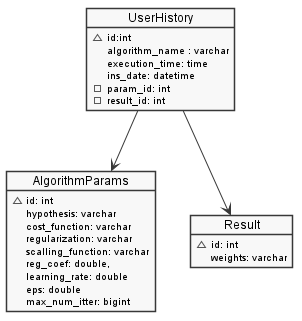
Earlier version of the PlantUML export src/img/database.png (kryvokhyzha/gradient-descent).
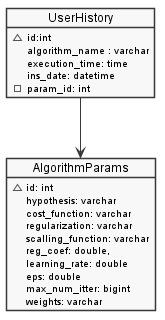
The same diagram one commit later.

The edit, as a diff of the source:
```diff
@@ -9,7 +9,6 @@
   execution_time: time
   ins_date: datetime
   - param_id: int
-  - result_id: int
 }
 
 object AlgorithmParams{
@@ -22,15 +21,9 @@
     learning_rate: double
     eps: double
     max_num_itter: bigint
-}
-
-object Result{
-    ~id: int
     weights: varchar
 }
 
-
 UserHistory -down-> AlgorithmParams
-UserHistory -down-> Result
 
 @enduml
```
